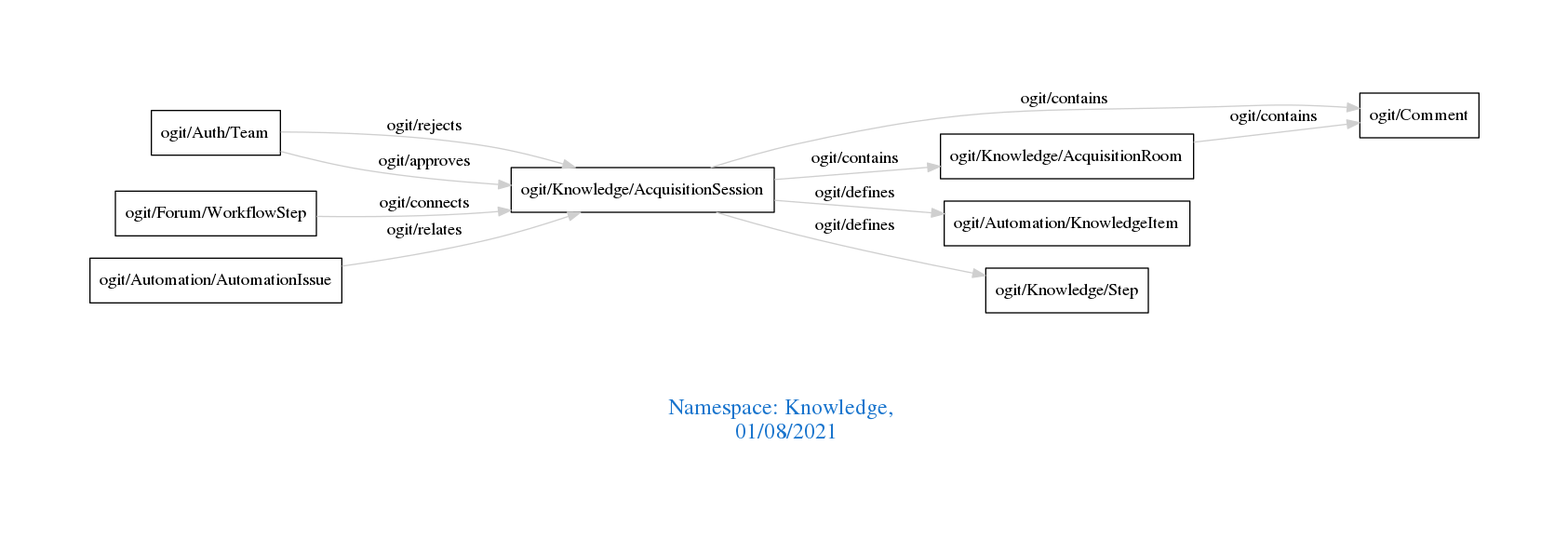
Above: downloads/Knowledge.png in arago/OGIT (Graphviz), before the change. Its source is kept beside it as downloads/Knowledge.dot.
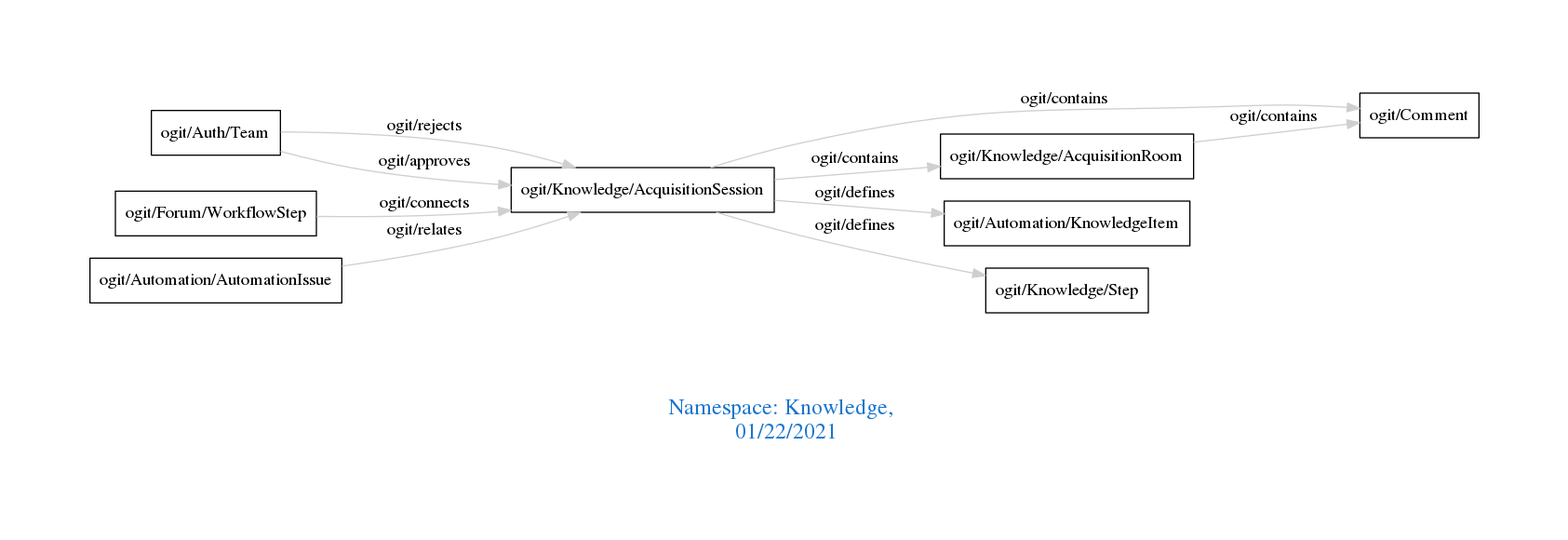
The same file after the commit.

Diff of the diagram source:
```diff
@@ -1,7 +1,7 @@
 digraph OGIT_ontology {
  graph [ rankdir= LR,pad=1
 fontsize = 18,
-fontcolor= dodgerblue3,label = "\n\n\nNamespace: Knowledge, \n 01/08/2021"];
+fontcolor= dodgerblue3,label = "\n\n\nNamespace: Knowledge, \n 01/22/2021"];
 node[shape=polygon];
 edge [  color="gray81"];
 
```
